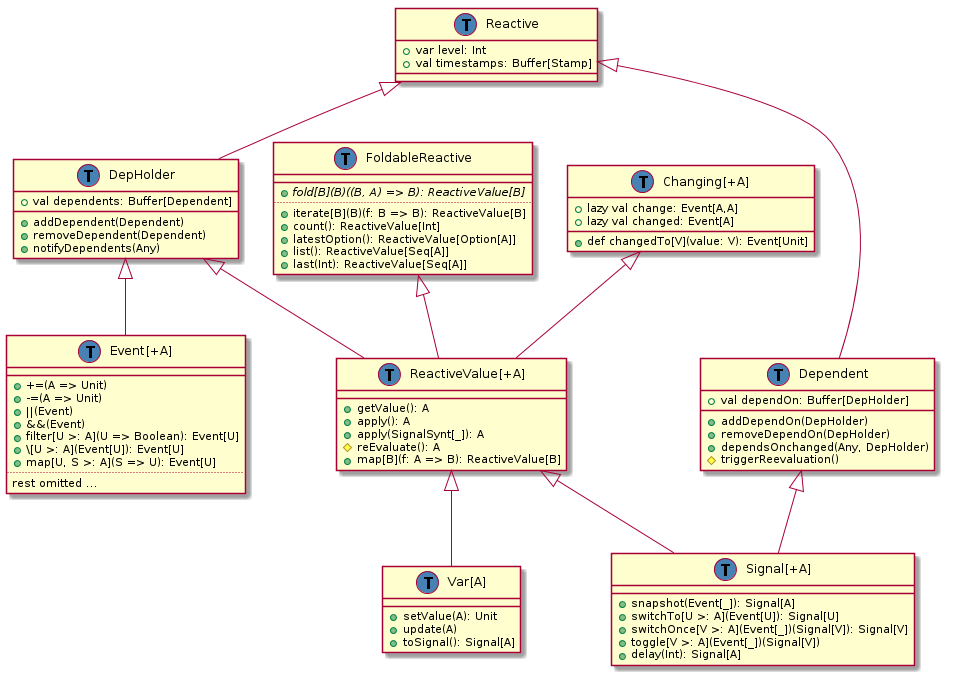
Above: doc/class-hierarchy/post-refactoring-may-14.png in rescala-lang/REScala (PlantUML), before the change.
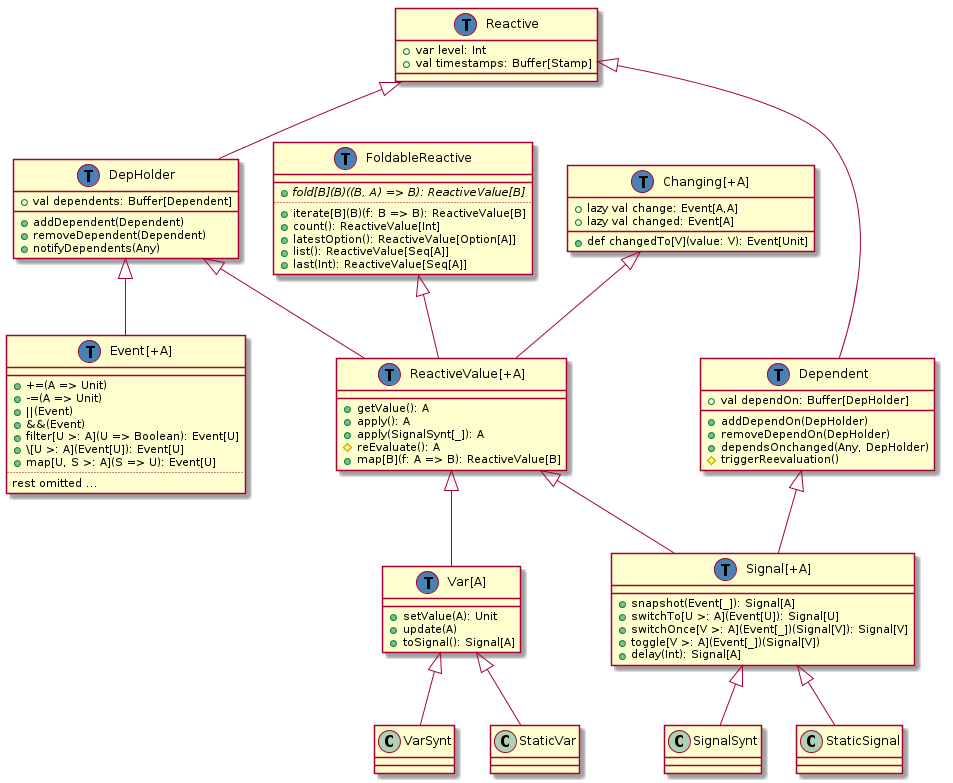
Above is the later version.

Commit message:
Add concrete classes to pre- and postrefactoring uml

What changed in the source:
```diff
@@ -85,6 +85,10 @@
 }
 Changing <|-- ReactiveValue
 
+Signal <|-- SignalSynt
+Signal <|-- StaticSignal
+Var <|-- VarSynt
+Var <|-- StaticVar
 
 class Signal << (T,#4682b4) >>
 class Var << (T,#4682b4) >>
```
